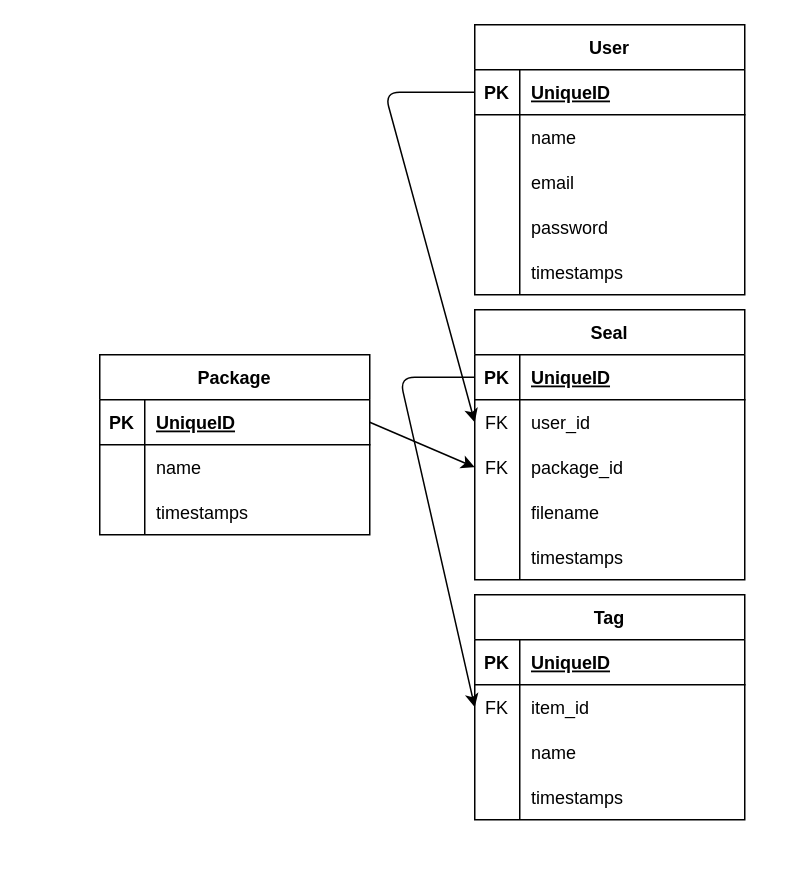
The draw.io diagram er.dio in okd08/seal-storage, before the edit. Source tidied: cells renumbered, new cells numbered last; positions are measured from the earlier drawing's top-left corner, leaving out a move shared by most shapes. Both pictures are drawn from the tidied source at 150%, with x=0, y=0 at pixel (99, 24).
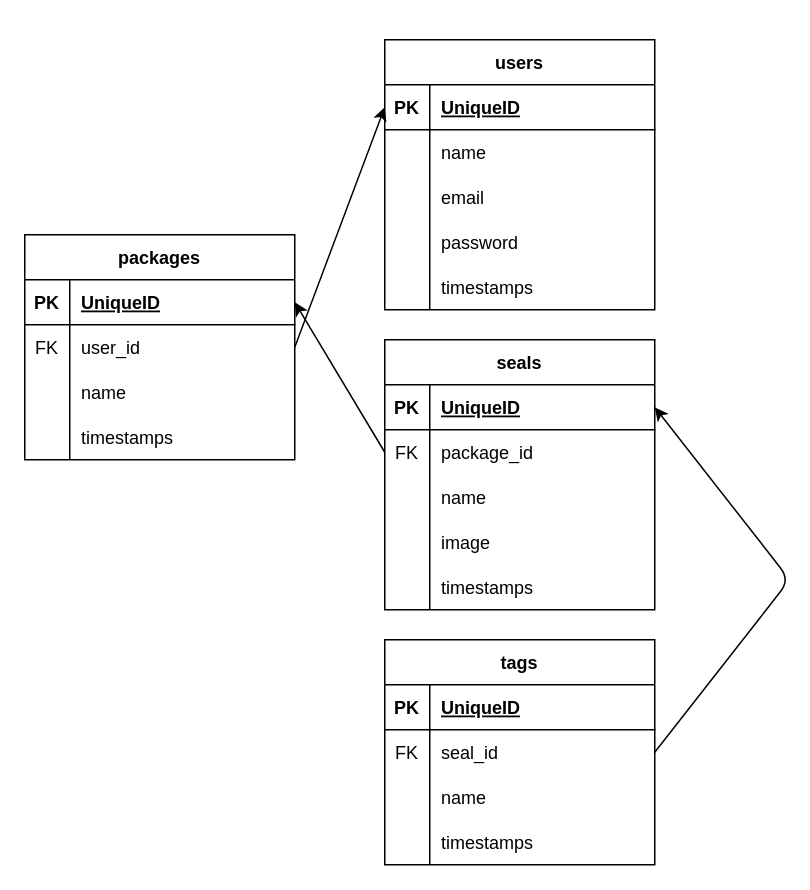
The same diagram, later.

Unchanged cells that the change refers to:
```xml
<mxCell id="3" style="shape=tableRow;horizontal=0;startSize=0;swimlaneHead=0;swimlaneBody=0;fillColor=none;points=[[0,0.5],[1,0.5]];portConstraint=eastwest;top=0;left=0;right=0;bottom=1;" parent="2" vertex="1">
  <mxGeometry y="30" width="180" height="30" as="geometry" />
</mxCell>
<mxCell id="19" style="shape=tableRow;horizontal=0;startSize=0;swimlaneHead=0;swimlaneBody=0;fillColor=none;points=[[0,0.5],[1,0.5]];portConstraint=eastwest;top=0;left=0;right=0;bottom=1;" parent="18" vertex="1">
  <mxGeometry y="30" width="180" height="30" as="geometry" />
</mxCell>
<mxCell id="28" style="shape=tableRow;horizontal=0;startSize=0;swimlaneHead=0;swimlaneBody=0;fillColor=none;top=0;left=0;right=0;bottom=0;" parent="18" vertex="1">
  <mxGeometry y="120" width="180" height="30" as="geometry" />
</mxCell>
<mxCell id="35" style="shape=tableRow;horizontal=0;startSize=0;swimlaneHead=0;swimlaneBody=0;fillColor=none;points=[[0,0.5],[1,0.5]];portConstraint=eastwest;top=0;left=0;right=0;bottom=1;" parent="34" vertex="1">
  <mxGeometry y="30" width="180" height="30" as="geometry" />
</mxCell>
```

Change to the diagram source:
```diff
@@
-    <mxCell id="2" value="User" style="shape=table;startSize=30;childLayout=tableLayout;rowLines=0;fontStyle=1;align=center;" parent="1" vertex="1">
-      <mxGeometry x="250" width="180" height="180" as="geometry" />
+    <mxCell id="2" value="users" style="shape=table;startSize=30;childLayout=tableLayout;rowLines=0;fontStyle=1;align=center;" parent="1" vertex="1">
+      <mxGeometry x="190" y="10" width="180" height="180" as="geometry" />
     </mxCell>
@@
-    <mxCell id="18" value="Seal" style="shape=table;startSize=30;childLayout=tableLayout;rowLines=0;fontStyle=1;align=center;" parent="1" vertex="1">
-      <mxGeometry x="250" y="190" width="180" height="180" as="geometry" />
+    <mxCell id="18" value="seals" style="shape=table;startSize=30;childLayout=tableLayout;rowLines=0;fontStyle=1;align=center;" parent="1" vertex="1">
+      <mxGeometry x="190" y="210" width="180" height="180" as="geometry" />
     </mxCell>
@@
-    <mxCell id="22" style="shape=tableRow;horizontal=0;startSize=0;swimlaneHead=0;swimlaneBody=0;fillColor=none;points=[[0,0.5],[1,0.5]];portConstraint=eastwest;top=0;left=0;right=0;bottom=0;" parent="18" vertex="1">
-      <mxGeometry y="60" width="180" height="30" as="geometry" />
-    </mxCell>
-    <mxCell id="23" value="FK" style="shape=partialRectangle;fillColor=none;top=0;left=0;bottom=0;right=0;overflow=hidden;" parent="22" vertex="1">
-      <mxGeometry width="30" height="30" as="geometry" />
-    </mxCell>
-    <mxCell id="24" value="user_id" style="shape=partialRectangle;fillColor=none;top=0;left=0;bottom=0;right=0;align=left;spacingLeft=6;overflow=hidden;" parent="22" vertex="1">
-      <mxGeometry x="30" width="150" height="30" as="geometry" />
-    </mxCell>
     <mxCell id="25" style="shape=tableRow;horizontal=0;startSize=0;swimlaneHead=0;swimlaneBody=0;fillColor=none;points=[[0,0.5],[1,0.5]];portConstraint=eastwest;top=0;left=0;right=0;bottom=0;" parent="18" vertex="1">
-      <mxGeometry y="90" width="180" height="30" as="geometry" />
+      <mxGeometry y="60" width="180" height="30" as="geometry" />
     </mxCell>
@@
+    <mxCell id="60" style="shape=tableRow;horizontal=0;startSize=0;swimlaneHead=0;swimlaneBody=0;fillColor=none;top=0;left=0;right=0;bottom=0;" parent="18" vertex="1">
+      <mxGeometry y="90" width="180" height="30" as="geometry" />
+    </mxCell>
+    <mxCell id="61" style="shape=partialRectangle;fillColor=none;top=0;left=0;bottom=0;right=0;overflow=hidden;" parent="60" vertex="1">
+      <mxGeometry width="30" height="30" as="geometry" />
+    </mxCell>
+    <mxCell id="62" value="name" style="shape=partialRectangle;fillColor=none;top=0;left=0;bottom=0;right=0;align=left;spacingLeft=6;overflow=hidden;" parent="60" vertex="1">
+      <mxGeometry x="30" width="150" height="30" as="geometry" />
+    </mxCell>
@@
-    <mxCell id="30" value="filename" style="shape=partialRectangle;fillColor=none;top=0;left=0;bottom=0;right=0;align=left;spacingLeft=6;overflow=hidden;" parent="28" vertex="1">
+    <mxCell id="30" value="image" style="shape=partialRectangle;fillColor=none;top=0;left=0;bottom=0;right=0;align=left;spacingLeft=6;overflow=hidden;" parent="28" vertex="1">
       <mxGeometry x="30" width="150" height="30" as="geometry" />
     </mxCell>
@@
-    <mxCell id="34" value="Package" style="shape=table;startSize=30;childLayout=tableLayout;rowLines=0;fontStyle=1;align=center;" parent="1" vertex="1">
-      <mxGeometry y="220" width="180" height="120" as="geometry" />
+    <mxCell id="34" value="packages" style="shape=table;startSize=30;childLayout=tableLayout;rowLines=0;fontStyle=1;align=center;" parent="1" vertex="1">
+      <mxGeometry x="-50" y="140" width="180" height="150" as="geometry" />
     </mxCell>
@@
+    <mxCell id="41" style="shape=tableRow;horizontal=0;startSize=0;swimlaneHead=0;swimlaneBody=0;fillColor=none;points=[[0,0.5],[1,0.5]];portConstraint=eastwest;top=0;left=0;right=0;bottom=0;" parent="34" vertex="1">
+      <mxGeometry y="60" width="180" height="30" as="geometry" />
+    </mxCell>
+    <mxCell id="42" value="FK" style="shape=partialRectangle;fillColor=none;top=0;left=0;bottom=0;right=0;overflow=hidden;" parent="41" vertex="1">
+      <mxGeometry width="30" height="30" as="geometry" />
+    </mxCell>
+    <mxCell id="43" value="user_id" style="shape=partialRectangle;fillColor=none;top=0;left=0;bottom=0;right=0;align=left;spacingLeft=6;overflow=hidden;" parent="41" vertex="1">
+      <mxGeometry x="30" width="150" height="30" as="geometry" />
+    </mxCell>
     <mxCell id="38" style="shape=tableRow;horizontal=0;startSize=0;swimlaneHead=0;swimlaneBody=0;fillColor=none;top=0;left=0;right=0;bottom=0;" parent="34" vertex="1">
-      <mxGeometry y="60" width="180" height="30" as="geometry" />
+      <mxGeometry y="90" width="180" height="30" as="geometry" />
     </mxCell>
@@
-    <mxCell id="41" style="shape=tableRow;horizontal=0;startSize=0;swimlaneHead=0;swimlaneBody=0;fillColor=none;points=[[0,0.5],[1,0.5]];portConstraint=eastwest;top=0;left=0;right=0;bottom=0;" parent="34" vertex="1">
-      <mxGeometry y="90" width="180" height="30" as="geometry" />
-    </mxCell>
-    <mxCell id="42" style="shape=partialRectangle;fillColor=none;top=0;left=0;bottom=0;right=0;overflow=hidden;" parent="41" vertex="1">
-      <mxGeometry width="30" height="30" as="geometry" />
-    </mxCell>
-    <mxCell id="43" value="timestamps" style="shape=partialRectangle;fillColor=none;top=0;left=0;bottom=0;right=0;align=left;spacingLeft=6;overflow=hidden;" parent="41" vertex="1">
-      <mxGeometry x="30" width="150" height="30" as="geometry" />
-    </mxCell>
-    <mxCell id="44" style="edgeStyle=none;html=1;exitX=1;exitY=0.5;exitDx=0;exitDy=0;entryX=0;entryY=0.5;entryDx=0;entryDy=0;" parent="1" edge="1" source="35" target="25">
-      <mxGeometry relative="1" as="geometry" />
-    </mxCell>
+    <mxCell id="63" style="shape=tableRow;horizontal=0;startSize=0;swimlaneHead=0;swimlaneBody=0;fillColor=none;top=0;left=0;right=0;bottom=0;" parent="34" vertex="1">
+      <mxGeometry y="120" width="180" height="30" as="geometry" />
+    </mxCell>
+    <mxCell id="64" style="shape=partialRectangle;fillColor=none;top=0;left=0;bottom=0;right=0;overflow=hidden;" parent="63" vertex="1">
+      <mxGeometry width="30" height="30" as="geometry" />
+    </mxCell>
+    <mxCell id="65" value="timestamps" style="shape=partialRectangle;fillColor=none;top=0;left=0;bottom=0;right=0;align=left;spacingLeft=6;overflow=hidden;" parent="63" vertex="1">
+      <mxGeometry x="30" width="150" height="30" as="geometry" />
+    </mxCell>
-    <mxCell id="45" value="Tag" style="shape=table;startSize=30;childLayout=tableLayout;rowLines=0;fontStyle=1;align=center;" parent="1" vertex="1">
-      <mxGeometry x="250" y="380" width="180" height="150" as="geometry" />
+    <mxCell id="45" value="tags" style="shape=table;startSize=30;childLayout=tableLayout;rowLines=0;fontStyle=1;align=center;" parent="1" vertex="1">
+      <mxGeometry x="190" y="410" width="180" height="150" as="geometry" />
     </mxCell>
@@
-    <mxCell id="49" style="shape=tableRow;horizontal=0;startSize=0;swimlaneHead=0;swimlaneBody=0;fillColor=none;points=[[0,0.5],[1,0.5]];portConstraint=eastwest;top=0;left=0;right=0;bottom=0;" parent="45" vertex="1">
-      <mxGeometry y="60" width="180" height="30" as="geometry" />
-    </mxCell>
-    <mxCell id="50" value="FK" style="shape=partialRectangle;fillColor=none;top=0;left=0;bottom=0;right=0;overflow=hidden;" parent="49" vertex="1">
-      <mxGeometry width="30" height="30" as="geometry" />
-    </mxCell>
-    <mxCell id="51" value="item_id" style="shape=partialRectangle;fillColor=none;top=0;left=0;bottom=0;right=0;align=left;spacingLeft=6;overflow=hidden;" parent="49" vertex="1">
-      <mxGeometry x="30" width="150" height="30" as="geometry" />
-    </mxCell>
     <mxCell id="52" style="shape=tableRow;horizontal=0;startSize=0;swimlaneHead=0;swimlaneBody=0;fillColor=none;points=[[0,0.5],[1,0.5]];portConstraint=eastwest;top=0;left=0;right=0;bottom=0;" parent="45" vertex="1">
-      <mxGeometry y="90" width="180" height="30" as="geometry" />
+      <mxGeometry y="60" width="180" height="30" as="geometry" />
     </mxCell>
-    <mxCell id="53" style="shape=partialRectangle;fillColor=none;top=0;left=0;bottom=0;right=0;overflow=hidden;" parent="52" vertex="1">
+    <mxCell id="53" value="FK" style="shape=partialRectangle;fillColor=none;top=0;left=0;bottom=0;right=0;overflow=hidden;" parent="52" vertex="1">
       <mxGeometry width="30" height="30" as="geometry" />
     </mxCell>
-    <mxCell id="54" value="name" style="shape=partialRectangle;fillColor=none;top=0;left=0;bottom=0;right=0;align=left;spacingLeft=6;overflow=hidden;" parent="52" vertex="1">
+    <mxCell id="54" value="seal_id" style="shape=partialRectangle;fillColor=none;top=0;left=0;bottom=0;right=0;align=left;spacingLeft=6;overflow=hidden;" parent="52" vertex="1">
       <mxGeometry x="30" width="150" height="30" as="geometry" />
     </mxCell>
+    <mxCell id="66" style="shape=tableRow;horizontal=0;startSize=0;swimlaneHead=0;swimlaneBody=0;fillColor=none;top=0;left=0;right=0;bottom=0;" parent="45" vertex="1">
+      <mxGeometry y="90" width="180" height="30" as="geometry" />
+    </mxCell>
+    <mxCell id="67" style="shape=partialRectangle;fillColor=none;top=0;left=0;bottom=0;right=0;overflow=hidden;" parent="66" vertex="1">
+      <mxGeometry width="30" height="30" as="geometry" />
+    </mxCell>
+    <mxCell id="68" value="name" style="shape=partialRectangle;fillColor=none;top=0;left=0;bottom=0;right=0;align=left;spacingLeft=6;overflow=hidden;" parent="66" vertex="1">
+      <mxGeometry x="30" width="150" height="30" as="geometry" />
+    </mxCell>
@@
-    <mxCell id="58" style="edgeStyle=none;html=1;exitX=0;exitY=0.5;exitDx=0;exitDy=0;entryX=0;entryY=0.5;entryDx=0;entryDy=0;" parent="1" edge="1" source="19" target="49">
-      <mxGeometry relative="1" as="geometry">
-        <Array as="points">
-          <mxPoint x="200" y="235" />
-        </Array>
-      </mxGeometry>
-    </mxCell>
-    <mxCell id="59" style="edgeStyle=none;html=1;exitX=0;exitY=0.5;exitDx=0;exitDy=0;entryX=0;entryY=0.5;entryDx=0;entryDy=0;" parent="1" edge="1" source="3" target="22">
-      <mxGeometry relative="1" as="geometry">
-        <Array as="points">
-          <mxPoint x="190" y="45" />
-        </Array>
-      </mxGeometry>
-    </mxCell>
+    <mxCell id="69" style="edgeStyle=none;html=1;exitX=0;exitY=0.5;exitDx=0;exitDy=0;entryX=1;entryY=0.5;entryDx=0;entryDy=0;" parent="1" edge="1" source="25" target="35">
+      <mxGeometry relative="1" as="geometry" />
+    </mxCell>
+    <mxCell id="70" style="edgeStyle=none;html=1;exitX=1;exitY=0.5;exitDx=0;exitDy=0;entryX=1;entryY=0.5;entryDx=0;entryDy=0;" parent="1" edge="1" source="52" target="19">
+      <mxGeometry relative="1" as="geometry">
+        <Array as="points">
+          <mxPoint x="460" y="370" />
+        </Array>
+      </mxGeometry>
+    </mxCell>
+    <mxCell id="71" style="edgeStyle=none;html=1;exitX=1;exitY=0.5;exitDx=0;exitDy=0;entryX=0;entryY=0.5;entryDx=0;entryDy=0;" parent="1" edge="1" source="41" target="3">
+      <mxGeometry relative="1" as="geometry" />
+    </mxCell>
```
